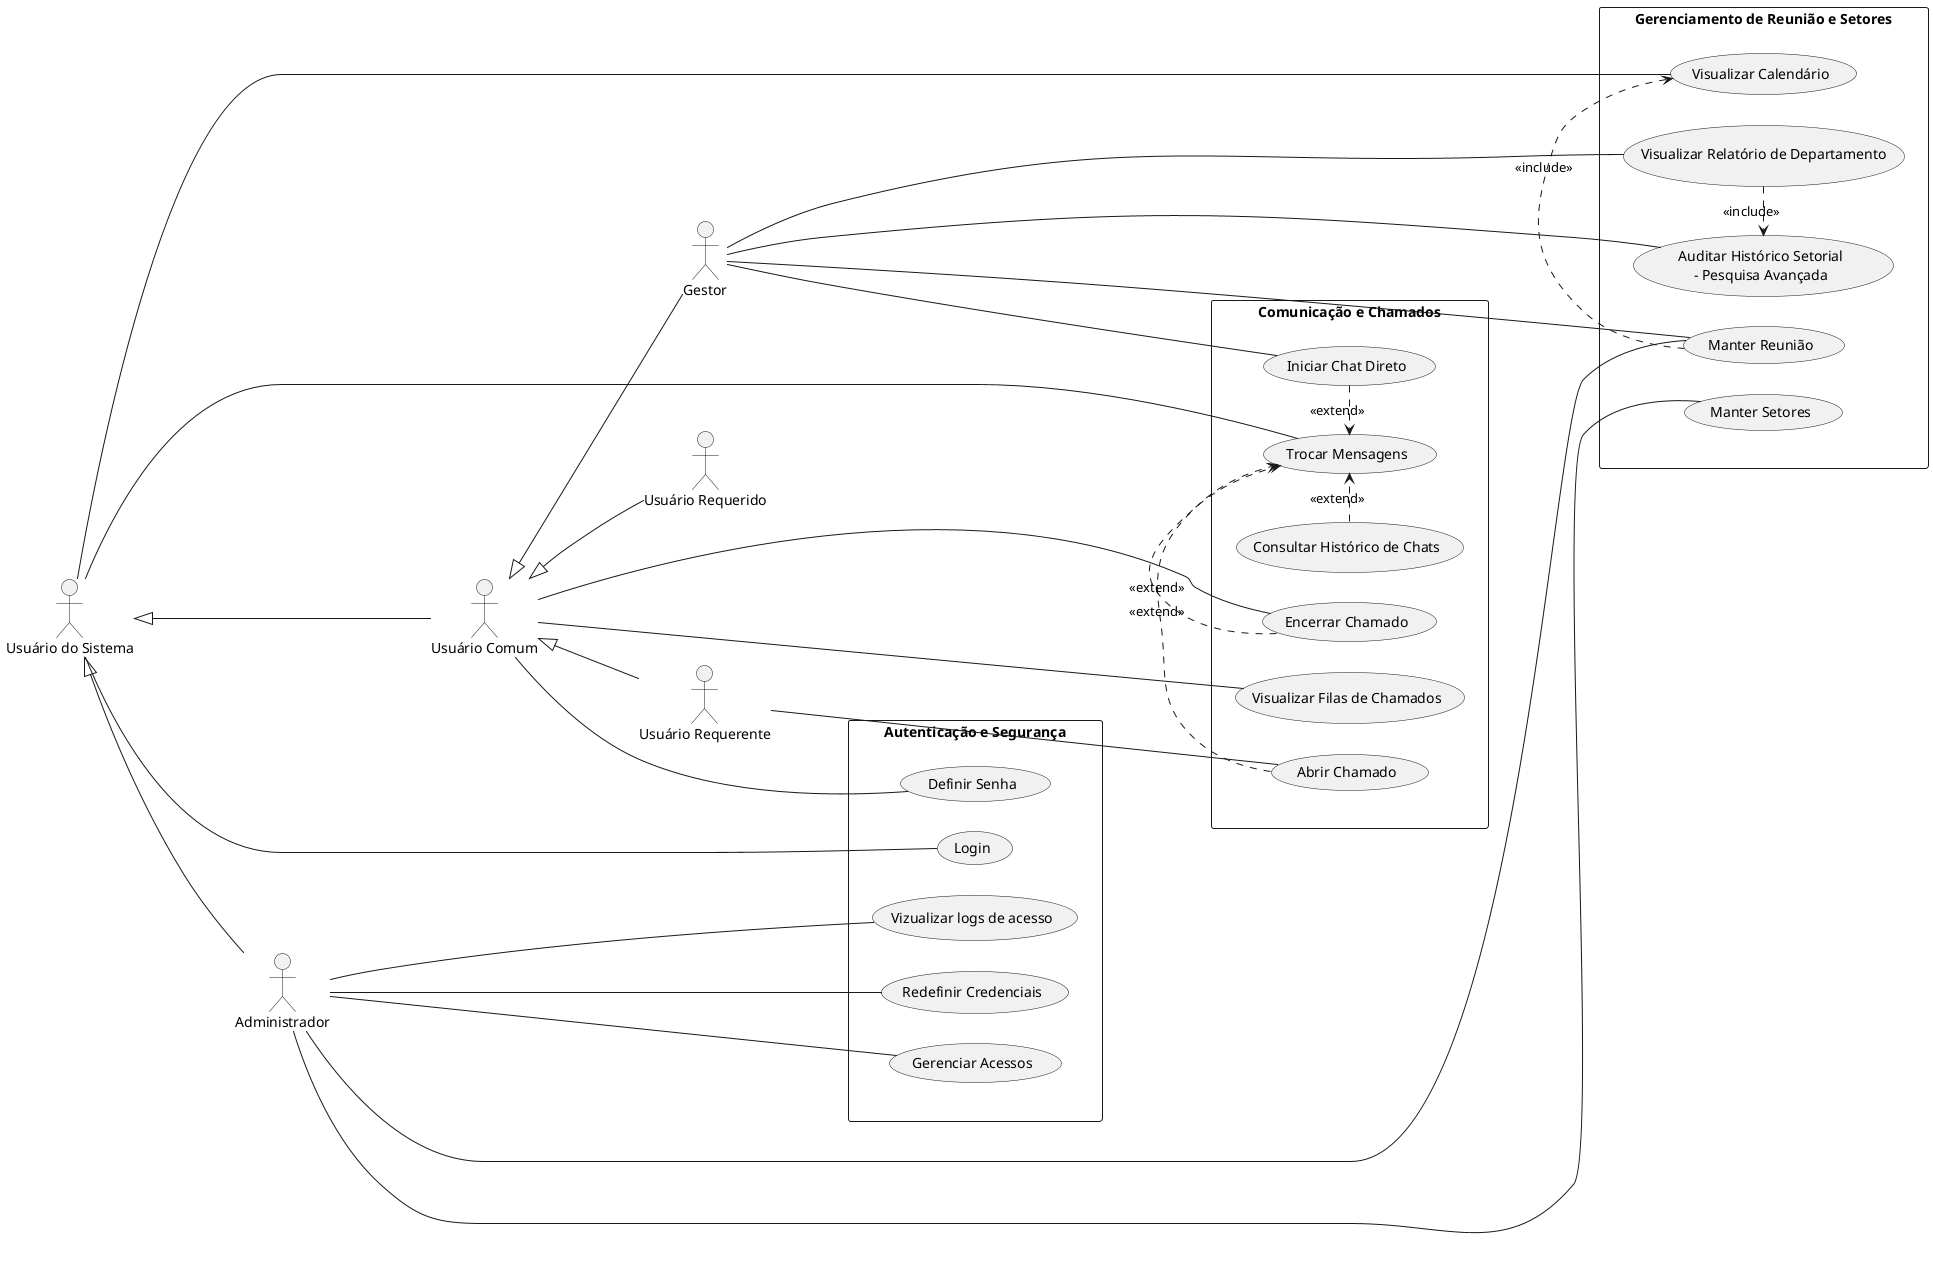
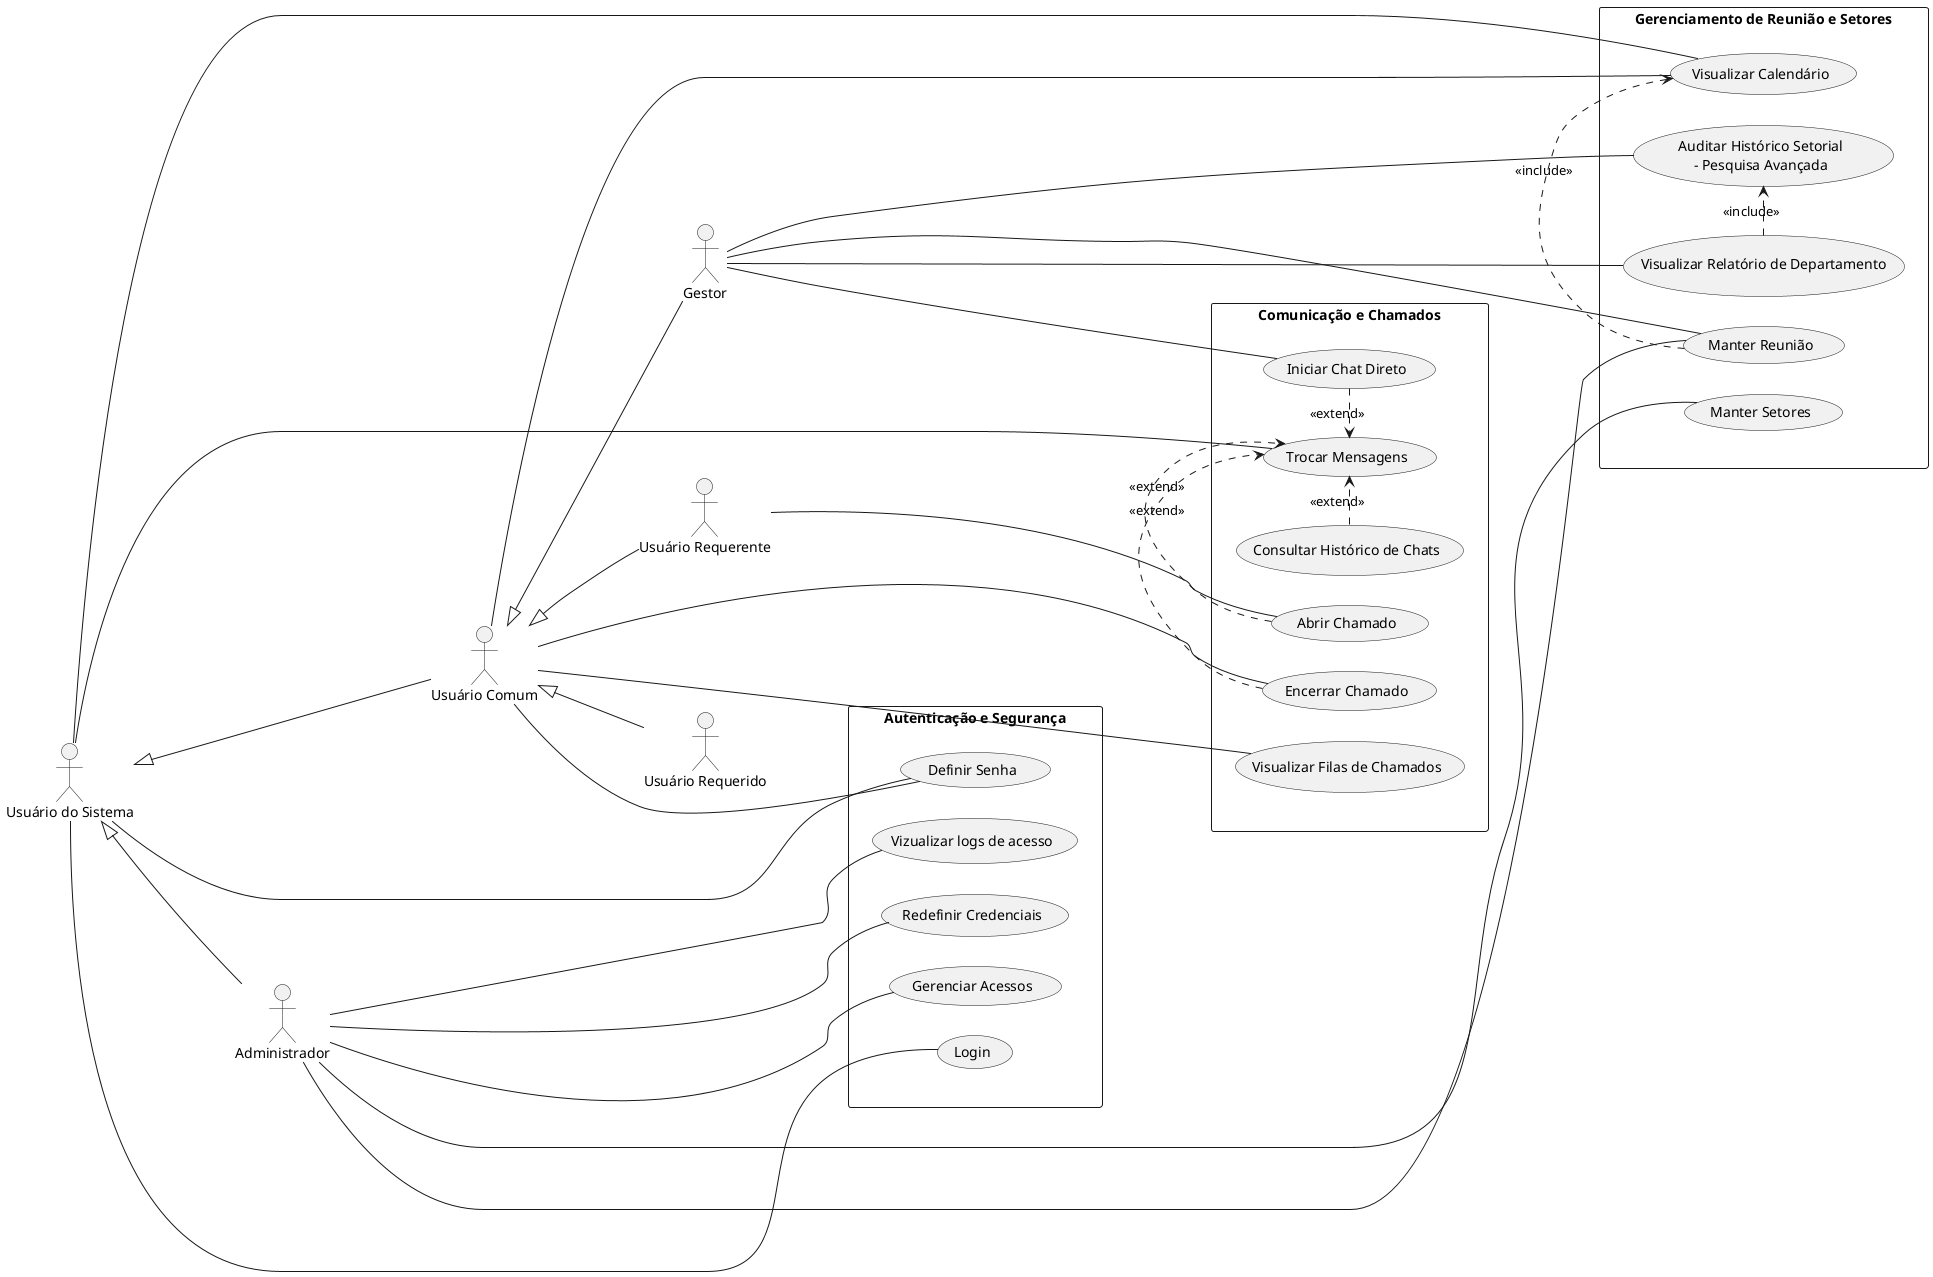
@startuml

' Configurações estéticas para melhorar o layout e o direcionamento das setas
skinparam backgroundcolor #FFFFFF
skinparam packageStyle rect
skinparam ranksep 100
skinparam nodesep 30
left to right direction


' Definição dos Atores e Hierarquia
actor "Usuário do Sistema" as US
actor "Administrador" as Admin
actor "Usuário Comum" as UC
actor "Usuário Requerente" as UReq
actor "Usuário Requerido" as URec
actor "Gestor" as Gestor


US <|-- Admin
Admin -[hidden]down-> UC
US <|-- UC
UC <|-- UReq
UC <|-- URec
UC <|-- Gestor


' Autenticação e Segurança
package "Autenticação e Segurança" as P_Segurança{
    usecase (Login) as UC_Login
    usecase (Definir Senha) as UC_DefinirSenha
    usecase (Redefinir Credenciais) as UC_RedefinirCredenciais
    usecase (Gerenciar Acessos) as UC_GerenciarAcessos
    usecase (Vizualizar logs de acesso) as UC_Auditarlogs
}

package "Comunicação e Chamados" as P_Comunicação {
    usecase (Trocar Mensagens) as UC_TrocarMensagens
    usecase (Consultar Histórico de Chats) as UC_Historico
    usecase (Iniciar Chat Direto) as UC_ChatDireto
    usecase (Abrir Chamado) as UC_AbrirChamado
    usecase (Encerrar Chamado) as UC_EncerrarChamado
    usecase (Visualizar Filas de Chamados) as UC_VisualizarFilas

    ' Agrupando as extensões para apontarem na mesma direção
    UC_Historico .right.> UC_TrocarMensagens : <<extend>>
    UC_ChatDireto .right.> UC_TrocarMensagens : <<extend>>
    UC_AbrirChamado .right.> UC_TrocarMensagens : <<extend>>
    UC_EncerrarChamado .right.> UC_TrocarMensagens : <<extend>>
}



package "Gerenciamento de Reunião e Setores" as P_Reunião {
    usecase (Manter Reunião) as UC_ManterReuniao
    usecase (Visualizar Calendário) as UC_Calendario
    usecase (Manter Setores) as UC_ManterSetores
    usecase (Visualizar Relatório de Departamento) as UC_Relatorio
    usecase (Auditar Histórico Setorial\n- Pesquisa Avançada) as UC_Historico_Departamento

    UC_ManterReuniao .right.> UC_Calendario : <<include>>
    UC_Relatorio .right.> UC_Historico_Departamento : <<include>>
}

' Força o posicionamento vertical dos pacotes para evitar sobreposição
P_Segurança -[hidden]down-> P_Comunicação
P_Comunicação -[hidden]down-> P_Reunião



' Usuário do Sistema (todos herdam)
US --- UC_Login
+ US --- UC_DefinirSenha
US --- UC_TrocarMensagens
US --- UC_Calendario


' Usuário Comum
UC --- UC_DefinirSenha
'(essa de definir senha eu não tenho certeza)
UC --- UC_EncerrarChamado
UC --- UC_VisualizarFilas
+ UC --- UC_Calendario

' Usuário Requerente
UReq --- UC_AbrirChamado

' Gestor
Gestor --- UC_ChatDireto
Gestor --- UC_ManterReuniao
Gestor --- UC_Relatorio
Gestor --- UC_Historico_Departamento


' Administrador
Admin --- UC_GerenciarAcessos
Admin --- UC_RedefinirCredenciais
Admin --- UC_ManterReuniao
Admin --- UC_ManterSetores
Admin --- UC_Auditarlogs

@enduml